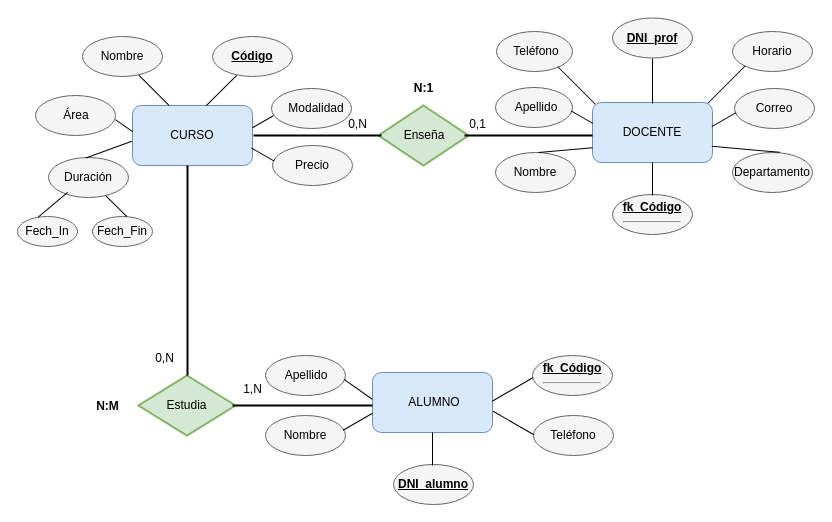
eresto/misrepositorios keeps this draw.io diagram as Untitled Diagram.drawio. Above is the earlier version. Source tidied: cells renumbered, new cells numbered last; positions are measured from the earlier drawing's top-left corner, leaving out a move shared by most shapes. Both pictures are drawn from the tidied source at 100%, with x=0, y=0 at pixel (17, 17).
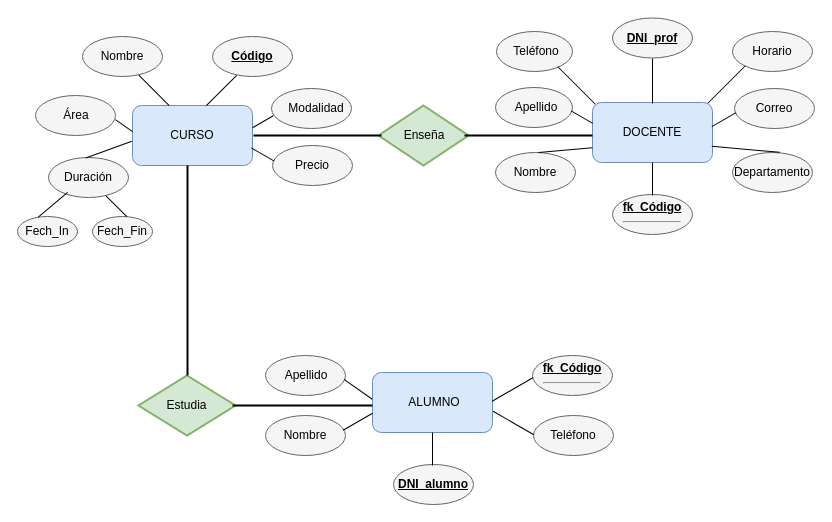
Above is the later version.

Diff of the diagram source:
```diff
@@
-    <mxCell id="78" value="&lt;font style=&quot;font-size: 12px ; font-weight: normal&quot;&gt;0,N&lt;/font&gt;" style="text;strokeColor=none;fillColor=none;html=1;fontSize=24;fontStyle=1;verticalAlign=middle;align=center;" parent="1" vertex="1">
-      <mxGeometry x="125" y="327" width="44" height="20" as="geometry" />
-    </mxCell>
-    <mxCell id="79" value="&lt;font style=&quot;font-size: 12px ; font-weight: normal&quot;&gt;1,N&lt;/font&gt;" style="text;strokeColor=none;fillColor=none;html=1;fontSize=24;fontStyle=1;verticalAlign=middle;align=center;" parent="1" vertex="1">
-      <mxGeometry x="215" y="353" width="40" height="30" as="geometry" />
-    </mxCell>
-    <mxCell id="80" value="&lt;font style=&quot;font-size: 12px&quot;&gt;N:M&lt;/font&gt;" style="text;strokeColor=none;fillColor=none;html=1;fontSize=24;fontStyle=1;verticalAlign=middle;align=center;" parent="1" vertex="1">
-      <mxGeometry x="71.3" y="376" width="38" height="18" as="geometry" />
-    </mxCell>
-    <mxCell id="81" value="&lt;font style=&quot;font-size: 12px&quot;&gt;0,1&lt;/font&gt;" style="text;strokeColor=none;fillColor=none;html=1;fontSize=24;fontStyle=0;verticalAlign=middle;align=center;" parent="1" vertex="1">
-      <mxGeometry x="434.4" y="93" width="51" height="20" as="geometry" />
-    </mxCell>
-    <mxCell id="82" value="&lt;span style=&quot;font-weight: normal&quot;&gt;&lt;font style=&quot;font-size: 12px&quot;&gt;0,N&lt;/font&gt;&lt;/span&gt;" style="text;strokeColor=none;fillColor=none;html=1;fontSize=24;fontStyle=1;verticalAlign=middle;align=center;" parent="1" vertex="1">
-      <mxGeometry x="315" y="93" width="50" height="20" as="geometry" />
-    </mxCell>
-    <mxCell id="83" value="&lt;font style=&quot;font-size: 12px&quot;&gt;N:1&lt;/font&gt;" style="text;strokeColor=none;fillColor=none;html=1;fontSize=24;fontStyle=1;verticalAlign=middle;align=center;" parent="1" vertex="1">
-      <mxGeometry x="386" y="57" width="40" height="20" as="geometry" />
-    </mxCell>
```
